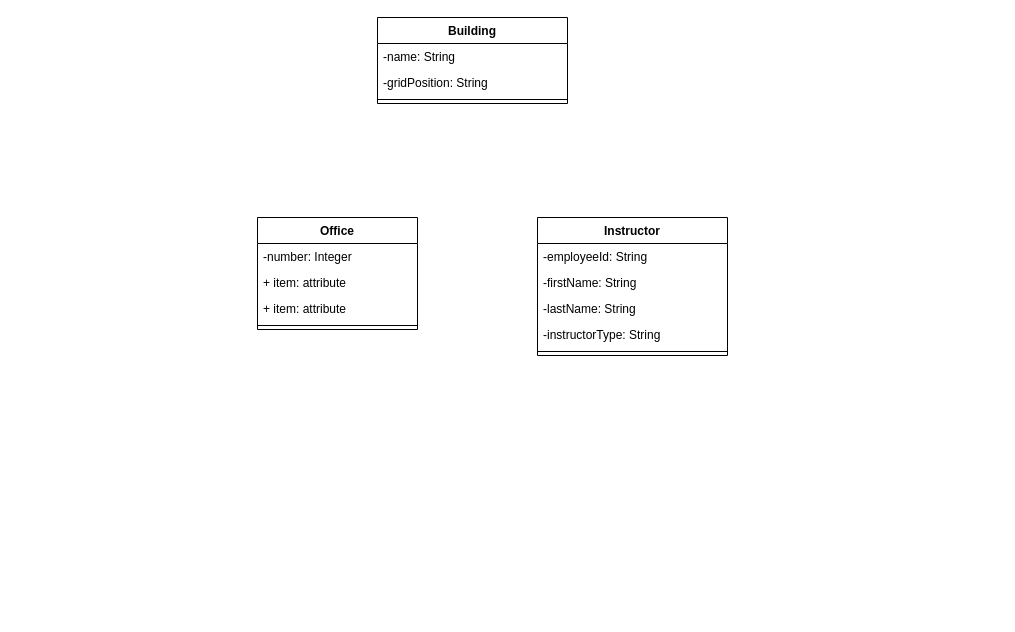
Above: Categorization UML & Physical HW.drawio in Cole-Hartman/database-UML (draw.io), before the change. Source tidied: cells renumbered, new cells numbered last; positions are measured from the earlier drawing's top-left corner, leaving out a move shared by most shapes. Both pictures are drawn from the tidied source at 100%, with x=0, y=0 at pixel (257, 17).
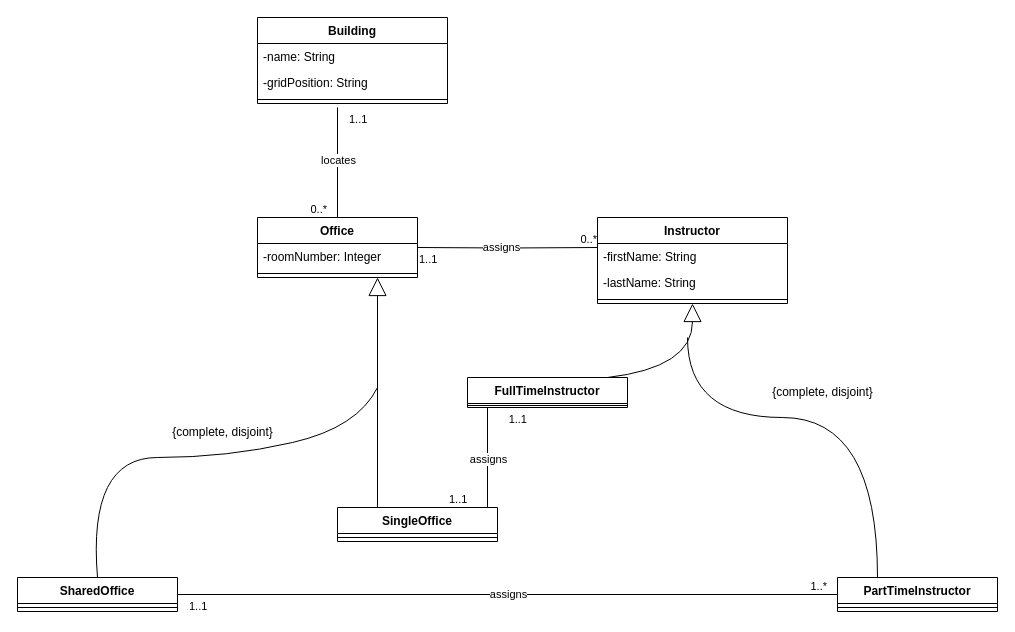
Above is the later version.

Diff of the diagram source:
```diff
@@
     <mxCell id="2" value="Building" style="swimlane;fontStyle=1;align=center;verticalAlign=top;horizontal=1;startSize=26;whiteSpace=wrap;html=1;" parent="1" vertex="1">
-      <mxGeometry x="120" width="190" height="86" as="geometry" />
+      <mxGeometry width="190" height="86" as="geometry" />
     </mxCell>
@@
+    <mxCell id="17" style="endArrow=none;html=1;edgeStyle=orthogonalEdgeStyle;rounded=0;entryX=0.5;entryY=0;entryDx=0;entryDy=0;" parent="2" edge="1">
+      <mxGeometry relative="1" as="geometry">
+        <mxPoint x="80" y="90" as="sourcePoint" />
+        <mxPoint x="80" y="210" as="targetPoint" />
+      </mxGeometry>
+    </mxCell>
+    <mxCell id="18" value="1..1" style="edgeLabel;html=1;align=left;verticalAlign=bottom;" parent="17" vertex="1">
+      <mxGeometry x="-1" relative="1" as="geometry">
+        <mxPoint x="10" y="20" as="offset" />
+      </mxGeometry>
+    </mxCell>
+    <mxCell id="19" value="0..*" style="edgeLabel;html=1;align=right;verticalAlign=bottom;" parent="17" vertex="1">
+      <mxGeometry x="1" relative="1" as="geometry">
+        <mxPoint x="-10" y="-10" as="offset" />
+      </mxGeometry>
+    </mxCell>
+    <mxCell id="20" value="locates" style="edgeLabel;html=1;align=center;verticalAlign=middle;" parent="17" vertex="1">
+      <mxGeometry x="-0.14" relative="1" as="geometry" />
+    </mxCell>
     <mxCell id="6" value="Office" style="swimlane;fontStyle=1;align=center;verticalAlign=top;horizontal=1;startSize=26;whiteSpace=wrap;html=1;" parent="1" vertex="1">
-      <mxGeometry y="200" width="160" height="112" as="geometry" />
+      <mxGeometry y="200" width="160" height="60" as="geometry" />
     </mxCell>
-    <mxCell id="7" value="-number: Integer" style="text;strokeColor=none;fillColor=none;align=left;verticalAlign=top;spacingLeft=4;spacingRight=4;overflow=hidden;whiteSpace=wrap;html=1;" parent="6" vertex="1">
-      <mxGeometry y="26" width="160" height="26" as="geometry" />
-    </mxCell>
-    <mxCell id="8" value="+ item: attribute" style="text;strokeColor=none;fillColor=none;align=left;verticalAlign=top;spacingLeft=4;spacingRight=4;overflow=hidden;whiteSpace=wrap;html=1;" parent="6" vertex="1">
-      <mxGeometry y="52" width="160" height="26" as="geometry" />
-    </mxCell>
-    <mxCell id="9" value="+ item: attribute" style="text;strokeColor=none;fillColor=none;align=left;verticalAlign=top;spacingLeft=4;spacingRight=4;overflow=hidden;whiteSpace=wrap;html=1;" parent="6" vertex="1">
-      <mxGeometry y="78" width="160" height="26" as="geometry" />
+    <mxCell id="9" value="-roomNumber: Integer" style="text;strokeColor=none;fillColor=none;align=left;verticalAlign=top;spacingLeft=4;spacingRight=4;overflow=hidden;whiteSpace=wrap;html=1;" parent="6" vertex="1">
+      <mxGeometry y="26" width="160" height="26" as="geometry" />
     </mxCell>
     <mxCell id="10" style="line;strokeWidth=1;fillColor=none;align=left;verticalAlign=middle;spacingTop=-1;spacingLeft=3;spacingRight=3;labelPosition=right;strokeColor=inherit;" parent="6" vertex="1">
-      <mxGeometry y="104" width="160" height="8" as="geometry" />
+      <mxGeometry y="52" width="160" height="8" as="geometry" />
     </mxCell>
     <mxCell id="11" value="Instructor" style="swimlane;fontStyle=1;align=center;verticalAlign=top;horizontal=1;startSize=26;whiteSpace=wrap;html=1;" parent="1" vertex="1">
-      <mxGeometry x="280" y="200" width="190" height="138" as="geometry" />
+      <mxGeometry x="340" y="200" width="190" height="86" as="geometry" />
     </mxCell>
-    <mxCell id="12" value="-employeeId: String" style="text;strokeColor=none;fillColor=none;align=left;verticalAlign=top;spacingLeft=4;spacingRight=4;overflow=hidden;whiteSpace=wrap;html=1;" parent="11" vertex="1">
-      <mxGeometry y="26" width="190" height="26" as="geometry" />
-    </mxCell>
     <mxCell id="13" value="-firstName: String" style="text;strokeColor=none;fillColor=none;align=left;verticalAlign=top;spacingLeft=4;spacingRight=4;overflow=hidden;points=[[0,0.5],[1,0.5]];portConstraint=eastwest;whiteSpace=wrap;html=1;" parent="11" vertex="1">
-      <mxGeometry y="52" width="190" height="26" as="geometry" />
+      <mxGeometry y="26" width="190" height="26" as="geometry" />
     </mxCell>
     <mxCell id="14" value="-lastName: String" style="text;strokeColor=none;fillColor=none;align=left;verticalAlign=top;spacingLeft=4;spacingRight=4;overflow=hidden;whiteSpace=wrap;html=1;" parent="11" vertex="1">
-      <mxGeometry y="78" width="190" height="26" as="geometry" />
+      <mxGeometry y="52" width="190" height="26" as="geometry" />
     </mxCell>
-    <mxCell id="15" value="-instructorType: String" style="text;strokeColor=none;fillColor=none;align=left;verticalAlign=top;spacingLeft=4;spacingRight=4;overflow=hidden;whiteSpace=wrap;html=1;" parent="11" vertex="1">
-      <mxGeometry y="104" width="190" height="26" as="geometry" />
-    </mxCell>
     <mxCell id="16" style="line;strokeWidth=1;fillColor=none;align=left;verticalAlign=middle;spacingTop=-1;spacingLeft=3;spacingRight=3;labelPosition=right;strokeColor=inherit;" parent="11" vertex="1">
-      <mxGeometry y="130" width="190" height="8" as="geometry" />
+      <mxGeometry y="78" width="190" height="8" as="geometry" />
     </mxCell>
+    <mxCell id="21" value="SharedOffice" style="swimlane;fontStyle=1;align=center;verticalAlign=top;horizontal=1;startSize=26;whiteSpace=wrap;html=1;" parent="1" vertex="1">
+      <mxGeometry x="-240" y="560" width="160" height="34" as="geometry" />
+    </mxCell>
+    <mxCell id="22" style="line;strokeWidth=1;fillColor=none;align=left;verticalAlign=middle;spacingTop=-1;spacingLeft=3;spacingRight=3;labelPosition=right;strokeColor=inherit;" parent="21" vertex="1">
+      <mxGeometry y="26" width="160" height="8" as="geometry" />
+    </mxCell>
+    <mxCell id="23" value="SingleOffice" style="swimlane;fontStyle=1;align=center;verticalAlign=top;horizontal=1;startSize=26;whiteSpace=wrap;html=1;" parent="1" vertex="1">
+      <mxGeometry x="80" y="490" width="160" height="34" as="geometry" />
+    </mxCell>
+    <mxCell id="24" style="endArrow=none;html=1;edgeStyle=orthogonalEdgeStyle;rounded=0;entryX=0.25;entryY=1;entryDx=0;entryDy=0;" parent="23" edge="1" target="29">
+      <mxGeometry relative="1" as="geometry">
+        <mxPoint x="130" as="sourcePoint" />
+        <Array as="points">
+          <mxPoint x="150" />
+          <mxPoint x="150" y="-100" />
+        </Array>
+      </mxGeometry>
+    </mxCell>
+    <mxCell id="25" value="1..1" style="edgeLabel;html=1;align=left;verticalAlign=bottom;" parent="24" vertex="1">
+      <mxGeometry x="-1" relative="1" as="geometry">
+        <mxPoint x="-20" as="offset" />
+      </mxGeometry>
+    </mxCell>
+    <mxCell id="26" value="1..1" style="edgeLabel;html=1;align=right;verticalAlign=bottom;" parent="24" vertex="1">
+      <mxGeometry x="1" relative="1" as="geometry">
+        <mxPoint x="20" y="20" as="offset" />
+      </mxGeometry>
+    </mxCell>
+    <mxCell id="27" value="assigns" style="edgeLabel;html=1;align=center;verticalAlign=middle;" parent="24" vertex="1">
+      <mxGeometry x="-0.02" relative="1" as="geometry" />
+    </mxCell>
+    <mxCell id="28" style="line;strokeWidth=1;fillColor=none;align=left;verticalAlign=middle;spacingTop=-1;spacingLeft=3;spacingRight=3;labelPosition=right;strokeColor=inherit;" parent="23" vertex="1">
+      <mxGeometry y="26" width="160" height="8" as="geometry" />
+    </mxCell>
+    <mxCell id="29" value="FullTimeInstructor" style="swimlane;fontStyle=1;align=center;verticalAlign=top;horizontal=1;startSize=26;whiteSpace=wrap;html=1;" parent="1" vertex="1">
+      <mxGeometry x="210" y="360" width="160" height="30" as="geometry" />
+    </mxCell>
+    <mxCell id="30" style="endArrow=block;endSize=16;endFill=0;html=1;rounded=0;entryX=0.5;entryY=1;entryDx=0;entryDy=0;curved=1;" parent="29" edge="1" target="11">
+      <mxGeometry relative="1" as="geometry">
+        <mxPoint x="140" as="sourcePoint" />
+        <Array as="points">
+          <mxPoint x="225" y="-10" />
+        </Array>
+      </mxGeometry>
+    </mxCell>
+    <mxCell id="31" style="line;strokeWidth=1;fillColor=none;align=left;verticalAlign=middle;spacingTop=-1;spacingLeft=3;spacingRight=3;labelPosition=right;strokeColor=inherit;" parent="29" vertex="1">
+      <mxGeometry y="26" width="160" height="4" as="geometry" />
+    </mxCell>
+    <mxCell id="32" value="PartTimeInstructor" style="swimlane;fontStyle=1;align=center;verticalAlign=top;horizontal=1;startSize=26;whiteSpace=wrap;html=1;" parent="1" vertex="1">
+      <mxGeometry x="580" y="560" width="160" height="34" as="geometry" />
+    </mxCell>
+    <mxCell id="33" style="line;strokeWidth=1;fillColor=none;align=left;verticalAlign=middle;spacingTop=-1;spacingLeft=3;spacingRight=3;labelPosition=right;strokeColor=inherit;" parent="32" vertex="1">
+      <mxGeometry y="26" width="160" height="8" as="geometry" />
+    </mxCell>
+    <mxCell id="34" style="endArrow=none;html=1;edgeStyle=orthogonalEdgeStyle;rounded=0;entryX=0;entryY=0.5;entryDx=0;entryDy=0;exitX=1;exitY=0.5;exitDx=0;exitDy=0;" parent="1" edge="1" source="21" target="32">
+      <mxGeometry relative="1" as="geometry" />
+    </mxCell>
+    <mxCell id="35" value="1..1" style="edgeLabel;html=1;align=left;verticalAlign=bottom;" parent="34" vertex="1">
+      <mxGeometry x="-1" relative="1" as="geometry">
+        <mxPoint x="10" y="20" as="offset" />
+      </mxGeometry>
+    </mxCell>
+    <mxCell id="36" value="1..*" style="edgeLabel;html=1;align=right;verticalAlign=bottom;" parent="34" vertex="1">
+      <mxGeometry x="1" relative="1" as="geometry">
+        <mxPoint x="-10" as="offset" />
+      </mxGeometry>
+    </mxCell>
+    <mxCell id="37" value="assigns" style="edgeLabel;html=1;align=center;verticalAlign=middle;" parent="34" vertex="1">
+      <mxGeometry y="1" relative="1" as="geometry" />
+    </mxCell>
+    <mxCell id="38" style="endArrow=none;html=1;rounded=0;curved=1;exitX=0.5;exitY=0;exitDx=0;exitDy=0;" parent="1" edge="1" source="21">
+      <mxGeometry relative="1" as="geometry">
+        <mxPoint x="120" y="370" as="targetPoint" />
+        <Array as="points">
+          <mxPoint x="-170" y="440" />
+          <mxPoint x="-30" y="440" />
+          <mxPoint x="100" y="410" />
+        </Array>
+      </mxGeometry>
+    </mxCell>
+    <mxCell id="39" style="endArrow=none;html=1;edgeStyle=orthogonalEdgeStyle;rounded=0;entryX=0;entryY=0.154;entryDx=0;entryDy=0;entryPerimeter=0;" parent="1" edge="1" target="13">
+      <mxGeometry relative="1" as="geometry">
+        <mxPoint x="160" y="230" as="sourcePoint" />
+      </mxGeometry>
+    </mxCell>
+    <mxCell id="40" value="1..1" style="edgeLabel;html=1;align=left;verticalAlign=bottom;" parent="39" vertex="1">
+      <mxGeometry x="-1" relative="1" as="geometry">
+        <mxPoint y="20" as="offset" />
+      </mxGeometry>
+    </mxCell>
+    <mxCell id="41" value="0..*" style="edgeLabel;html=1;align=right;verticalAlign=bottom;" parent="39" vertex="1">
+      <mxGeometry x="1" relative="1" as="geometry" />
+    </mxCell>
+    <mxCell id="42" value="assigns" style="edgeLabel;html=1;align=center;verticalAlign=middle;" parent="39" vertex="1">
+      <mxGeometry x="-0.08" y="1" relative="1" as="geometry" />
+    </mxCell>
+    <mxCell id="43" style="endArrow=block;endSize=16;endFill=0;html=1;rounded=1;entryX=0.75;entryY=1;entryDx=0;entryDy=0;curved=0;exitX=0.25;exitY=0;exitDx=0;exitDy=0;" parent="1" edge="1" source="23" target="6">
+      <mxGeometry relative="1" as="geometry" />
+    </mxCell>
+    <mxCell id="44" value="{complete, disjoint}" style="text;html=1;align=center;verticalAlign=middle;strokeColor=none;fillColor=none;" parent="1" vertex="1">
+      <mxGeometry x="-120" y="400" width="170" height="30" as="geometry" />
+    </mxCell>
+    <mxCell id="45" style="endArrow=none;html=1;edgeStyle=orthogonalEdgeStyle;rounded=0;entryX=0.25;entryY=0;entryDx=0;entryDy=0;curved=1;" parent="1" edge="1" target="32">
+      <mxGeometry relative="1" as="geometry">
+        <mxPoint x="430" y="320" as="sourcePoint" />
+        <Array as="points">
+          <mxPoint x="430" y="400" />
+          <mxPoint x="620" y="400" />
+        </Array>
+      </mxGeometry>
+    </mxCell>
+    <mxCell id="46" value="{complete, disjoint}" style="text;html=1;align=center;verticalAlign=middle;strokeColor=none;fillColor=none;" parent="1" vertex="1">
+      <mxGeometry x="480" y="360" width="170" height="30" as="geometry" />
+    </mxCell>
```
